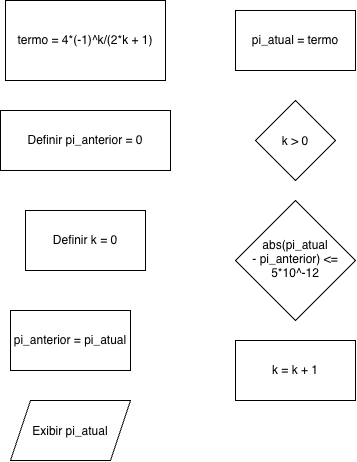
Earlier version of the draw.io export pratica0/Exercício 12 - O tal do pi.drawio.png (Disciplinas-GN/Classroom_UFMG_Fundamentos_Programacao). Source tidied: cells renumbered, new cells last; positions are measured from the earlier drawing's top-left corner, leaving out a move shared by most shapes. The source it was exported from:
```xml
<mxGraphModel>
  <root>
    <mxCell id="0" />
    <mxCell id="1" parent="0" />
    <mxCell id="2" value="Definir pi_anterior = 0" style="rounded=0;whiteSpace=wrap;html=1;" parent="1" vertex="1">
      <mxGeometry y="110" width="170" height="60" as="geometry" />
    </mxCell>
    <mxCell id="3" value="Definir k = 0" style="rounded=0;whiteSpace=wrap;html=1;" parent="1" vertex="1">
      <mxGeometry x="25" y="210" width="120" height="60" as="geometry" />
    </mxCell>
    <mxCell id="4" value="termo = 4*(-1)^k/(2*k + 1)" style="rounded=0;whiteSpace=wrap;html=1;" parent="1" vertex="1">
      <mxGeometry x="5" width="160" height="80" as="geometry" />
    </mxCell>
    <mxCell id="5" value="pi_atual = termo" style="rounded=0;whiteSpace=wrap;html=1;" parent="1" vertex="1">
      <mxGeometry x="235" y="10" width="120" height="60" as="geometry" />
    </mxCell>
    <mxCell id="6" value="k &amp;gt; 0" style="rhombus;whiteSpace=wrap;html=1;shapeInside=1;" parent="1" vertex="1">
      <mxGeometry x="255" y="100" width="80" height="80" as="geometry" />
    </mxCell>
    <mxCell id="7" value="abs(pi_atual - pi_anterior) &amp;lt;= 5*10^-12" style="rhombus;whiteSpace=wrap;html=1;shapeInside=1;" parent="1" vertex="1">
      <mxGeometry x="235" y="200" width="120" height="120" as="geometry" />
    </mxCell>
    <mxCell id="8" value="pi_anterior = pi_atual" style="rounded=0;whiteSpace=wrap;html=1;" parent="1" vertex="1">
      <mxGeometry x="10" y="310" width="120" height="60" as="geometry" />
    </mxCell>
    <mxCell id="9" value="k = k + 1" style="rounded=0;whiteSpace=wrap;html=1;" parent="1" vertex="1">
      <mxGeometry x="235" y="340" width="120" height="60" as="geometry" />
    </mxCell>
    <mxCell id="10" value="Exibir pi_atual" style="shape=parallelogram;perimeter=parallelogramPerimeter;whiteSpace=wrap;html=1;shapeInside=1;fixedSize=1;" parent="1" vertex="1">
      <mxGeometry x="10" y="400" width="120" height="60" as="geometry" />
    </mxCell>
  </root>
</mxGraphModel>
```
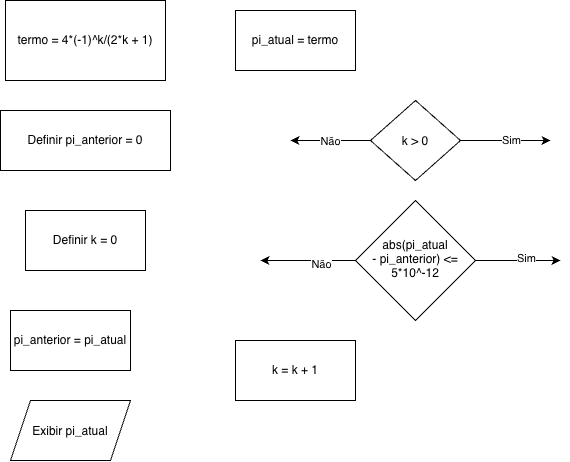
The same diagram one commit later.

The edit, as a diff of the source:
```diff
@@ -14,11 +14,43 @@
     <mxCell id="5" value="pi_atual = termo" style="rounded=0;whiteSpace=wrap;html=1;" parent="1" vertex="1">
       <mxGeometry x="235" y="10" width="120" height="60" as="geometry" />
     </mxCell>
+    <mxCell id="11" style="edgeStyle=orthogonalEdgeStyle;rounded=0;jettySize=auto;html=1;" parent="1" edge="1" source="6">
+      <mxGeometry relative="1" as="geometry">
+        <mxPoint x="290" y="140" as="targetPoint" />
+      </mxGeometry>
+    </mxCell>
+    <mxCell id="12" value="Não" style="edgeLabel;html=1;align=center;verticalAlign=middle;" parent="11" vertex="1">
+      <mxGeometry x="0.03" relative="1" as="geometry" />
+    </mxCell>
+    <mxCell id="13" style="edgeStyle=orthogonalEdgeStyle;rounded=0;jettySize=auto;html=1;" parent="1" edge="1" source="6">
+      <mxGeometry relative="1" as="geometry">
+        <mxPoint x="550" y="140" as="targetPoint" />
+      </mxGeometry>
+    </mxCell>
+    <mxCell id="14" value="Sim" style="edgeLabel;html=1;align=center;verticalAlign=middle;" parent="13" vertex="1">
+      <mxGeometry x="0.11" y="1" relative="1" as="geometry" />
+    </mxCell>
     <mxCell id="6" value="k &amp;gt; 0" style="rhombus;whiteSpace=wrap;html=1;shapeInside=1;" parent="1" vertex="1">
-      <mxGeometry x="255" y="100" width="80" height="80" as="geometry" />
+      <mxGeometry x="370" y="100" width="90" height="80" as="geometry" />
     </mxCell>
+    <mxCell id="15" style="edgeStyle=orthogonalEdgeStyle;rounded=0;jettySize=auto;html=1;" parent="1" edge="1" source="7">
+      <mxGeometry relative="1" as="geometry">
+        <mxPoint x="560" y="260" as="targetPoint" />
+      </mxGeometry>
+    </mxCell>
+    <mxCell id="16" value="Sim" style="edgeLabel;html=1;align=center;verticalAlign=middle;" parent="15" vertex="1">
+      <mxGeometry x="0.18" y="3" relative="1" as="geometry" />
+    </mxCell>
+    <mxCell id="17" style="edgeStyle=orthogonalEdgeStyle;rounded=0;jettySize=auto;html=1;" parent="1" edge="1" source="7">
+      <mxGeometry relative="1" as="geometry">
+        <mxPoint x="260" y="260" as="targetPoint" />
+      </mxGeometry>
+    </mxCell>
+    <mxCell id="18" value="Não" style="edgeLabel;html=1;align=center;verticalAlign=middle;" parent="17" vertex="1">
+      <mxGeometry x="-0.26" y="3" relative="1" as="geometry" />
+    </mxCell>
     <mxCell id="7" value="abs(pi_atual - pi_anterior) &amp;lt;= 5*10^-12" style="rhombus;whiteSpace=wrap;html=1;shapeInside=1;" parent="1" vertex="1">
-      <mxGeometry x="235" y="200" width="120" height="120" as="geometry" />
+      <mxGeometry x="355" y="200" width="120" height="120" as="geometry" />
     </mxCell>
     <mxCell id="8" value="pi_anterior = pi_atual" style="rounded=0;whiteSpace=wrap;html=1;" parent="1" vertex="1">
       <mxGeometry x="10" y="310" width="120" height="60" as="geometry" />
```
